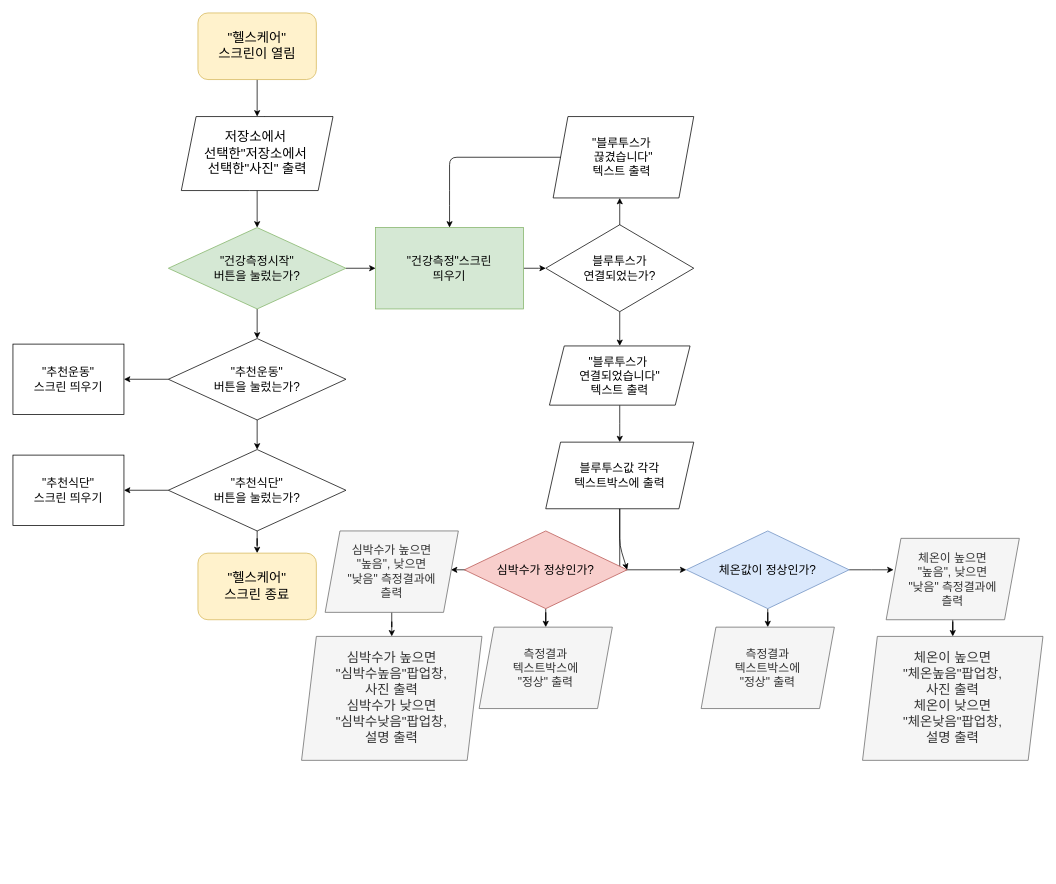
Above: Untitled Diagram.drawio in yr0118kim/garibi-animalband-project (draw.io), before the change. Source tidied: cells renumbered, new cells numbered last; positions are measured from the earlier drawing's top-left corner, leaving out a move shared by most shapes. Both pictures are drawn from the tidied source at 74%, with x=0, y=0 at pixel (13, 13).
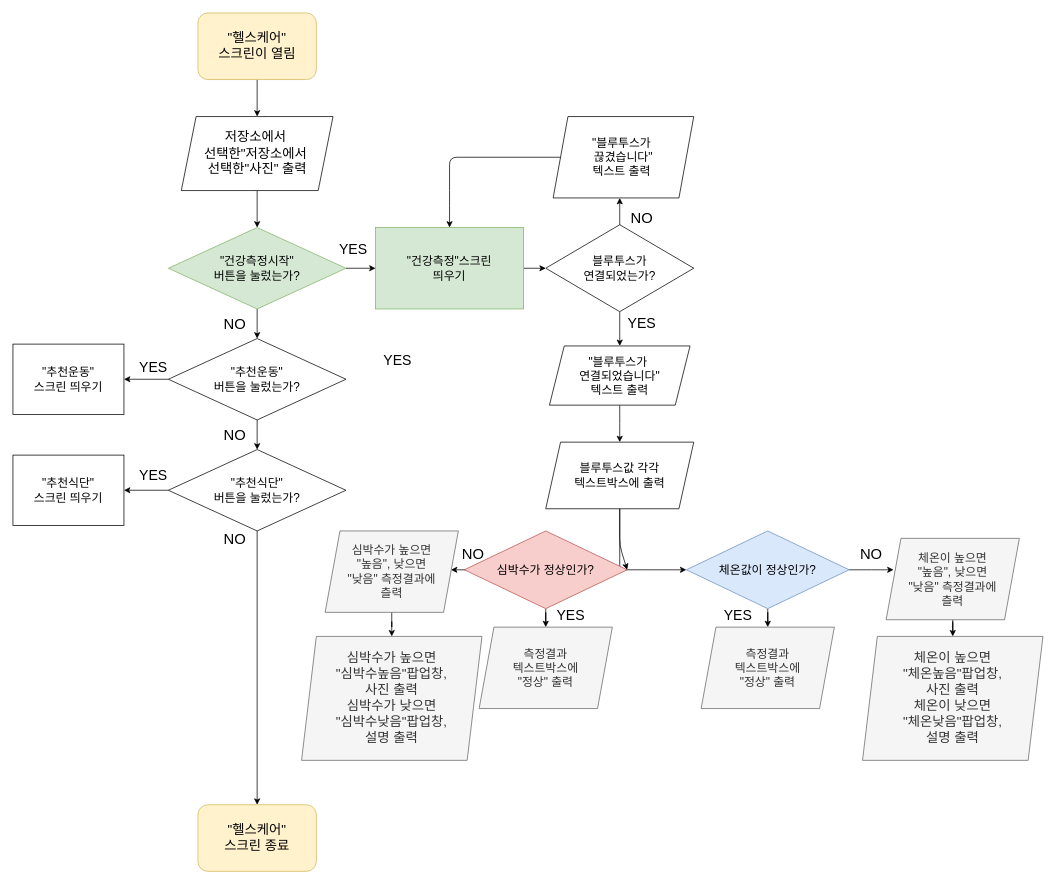
The same diagram, later.

What changed in the source:
```diff
@@
     <mxCell id="44" value="&quot;헬스케어&quot;&lt;br&gt;스크린 종료" style="rounded=1;whiteSpace=wrap;html=1;fontSize=18;fillColor=#fff2cc;strokeColor=#d6b656;" parent="1" vertex="1">
-      <mxGeometry x="250" y="730" width="160" height="90" as="geometry" />
+      <mxGeometry x="250" y="1070" width="160" height="90" as="geometry" />
     </mxCell>
+    <mxCell id="45" value="NO" style="text;html=1;strokeColor=none;fillColor=none;align=center;verticalAlign=middle;whiteSpace=wrap;rounded=0;fontSize=20;" parent="1" vertex="1">
+      <mxGeometry x="280" y="410" width="40" height="20" as="geometry" />
+    </mxCell>
+    <mxCell id="46" value="NO" style="text;html=1;strokeColor=none;fillColor=none;align=center;verticalAlign=middle;whiteSpace=wrap;rounded=0;fontSize=20;" parent="1" vertex="1">
+      <mxGeometry x="280" y="560" width="40" height="20" as="geometry" />
+    </mxCell>
+    <mxCell id="47" value="NO" style="text;html=1;strokeColor=none;fillColor=none;align=center;verticalAlign=middle;whiteSpace=wrap;rounded=0;fontSize=20;" parent="1" vertex="1">
+      <mxGeometry x="280" y="700" width="40" height="20" as="geometry" />
+    </mxCell>
+    <mxCell id="48" value="YES" style="text;html=1;strokeColor=none;fillColor=none;align=center;verticalAlign=middle;whiteSpace=wrap;rounded=0;fontSize=19;" parent="1" vertex="1">
+      <mxGeometry x="500" y="460" width="40" height="20" as="geometry" />
+    </mxCell>
+    <mxCell id="49" value="YES" style="text;html=1;strokeColor=none;fillColor=none;align=center;verticalAlign=middle;whiteSpace=wrap;rounded=0;fontSize=19;" parent="1" vertex="1">
+      <mxGeometry x="440" y="310" width="40" height="20" as="geometry" />
+    </mxCell>
+    <mxCell id="50" value="YES" style="text;html=1;strokeColor=none;fillColor=none;align=center;verticalAlign=middle;whiteSpace=wrap;rounded=0;fontSize=19;" parent="1" vertex="1">
+      <mxGeometry x="170" y="470" width="40" height="20" as="geometry" />
+    </mxCell>
+    <mxCell id="51" value="YES" style="text;html=1;strokeColor=none;fillColor=none;align=center;verticalAlign=middle;whiteSpace=wrap;rounded=0;fontSize=19;" parent="1" vertex="1">
+      <mxGeometry x="170" y="615" width="40" height="20" as="geometry" />
+    </mxCell>
+    <mxCell id="52" value="YES" style="text;html=1;strokeColor=none;fillColor=none;align=center;verticalAlign=middle;whiteSpace=wrap;rounded=0;fontSize=19;" parent="1" vertex="1">
+      <mxGeometry x="830" y="410" width="40" height="20" as="geometry" />
+    </mxCell>
+    <mxCell id="53" value="NO" style="text;html=1;strokeColor=none;fillColor=none;align=center;verticalAlign=middle;whiteSpace=wrap;rounded=0;fontSize=20;" parent="1" vertex="1">
+      <mxGeometry x="830" y="266.2" width="40" height="20" as="geometry" />
+    </mxCell>
+    <mxCell id="54" value="YES" style="text;html=1;strokeColor=none;fillColor=none;align=center;verticalAlign=middle;whiteSpace=wrap;rounded=0;fontSize=19;" parent="1" vertex="1">
+      <mxGeometry x="733.5" y="805" width="40" height="20" as="geometry" />
+    </mxCell>
+    <mxCell id="55" value="NO" style="text;html=1;strokeColor=none;fillColor=none;align=center;verticalAlign=middle;whiteSpace=wrap;rounded=0;fontSize=20;" parent="1" vertex="1">
+      <mxGeometry x="601.9" y="720" width="40" height="20" as="geometry" />
+    </mxCell>
+    <mxCell id="56" value="NO" style="text;html=1;strokeColor=none;fillColor=none;align=center;verticalAlign=middle;whiteSpace=wrap;rounded=0;fontSize=20;" parent="1" vertex="1">
+      <mxGeometry x="1140" y="720" width="40" height="20" as="geometry" />
+    </mxCell>
+    <mxCell id="57" value="YES" style="text;html=1;strokeColor=none;fillColor=none;align=center;verticalAlign=middle;whiteSpace=wrap;rounded=0;fontSize=19;" parent="1" vertex="1">
+      <mxGeometry x="960" y="805" width="40" height="20" as="geometry" />
+    </mxCell>
```
